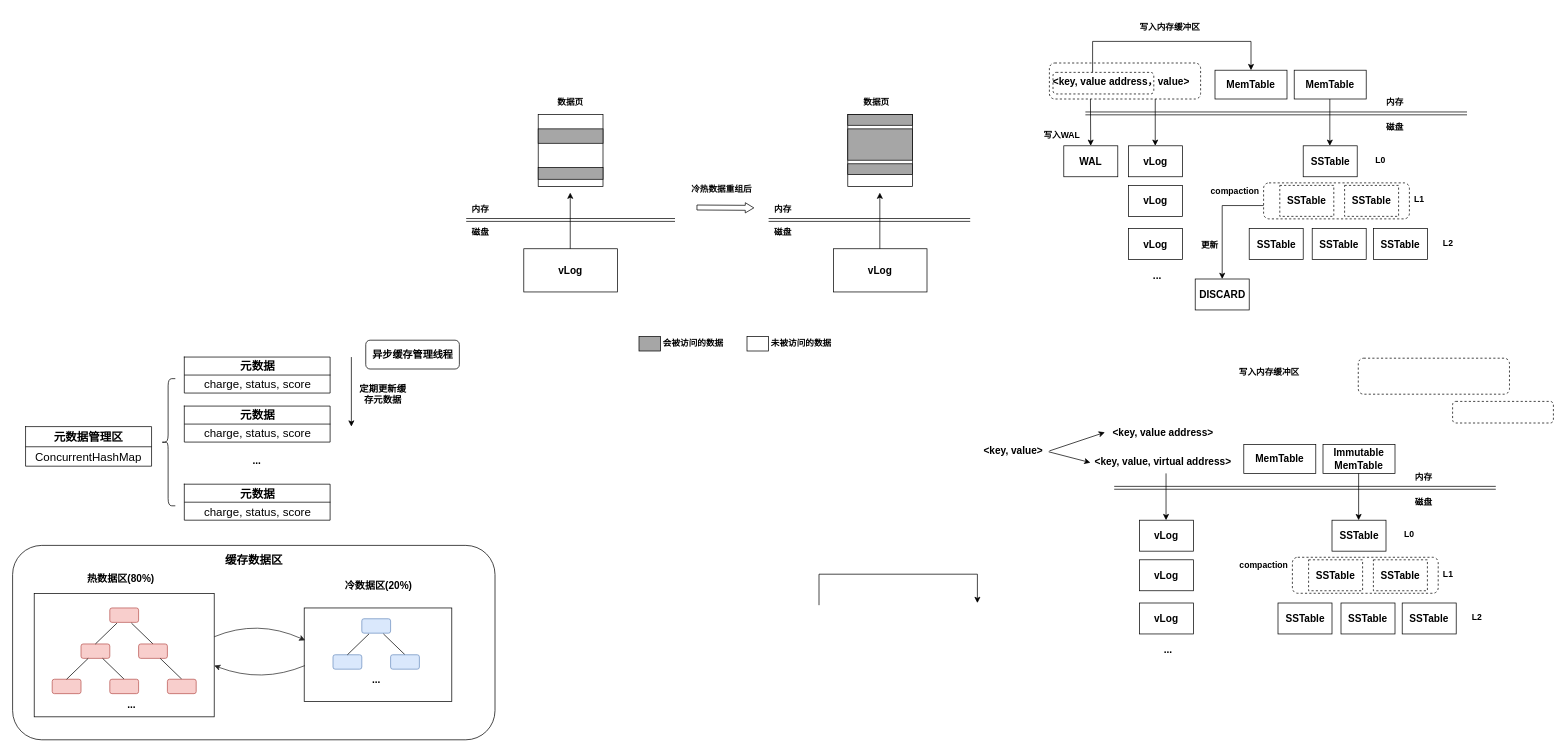
This is page "第 4 页" (4 of 6) of RabbitKV.drawio from yeqiyi/drawIO, a draw.io file, before an edit. Source tidied: cells renumbered, new cells numbered last; positions are measured from the earlier drawing's top-left corner, leaving out a move shared by most shapes. Both pictures are drawn from the tidied source at 72%, with x=0, y=0 at pixel (12, 12).
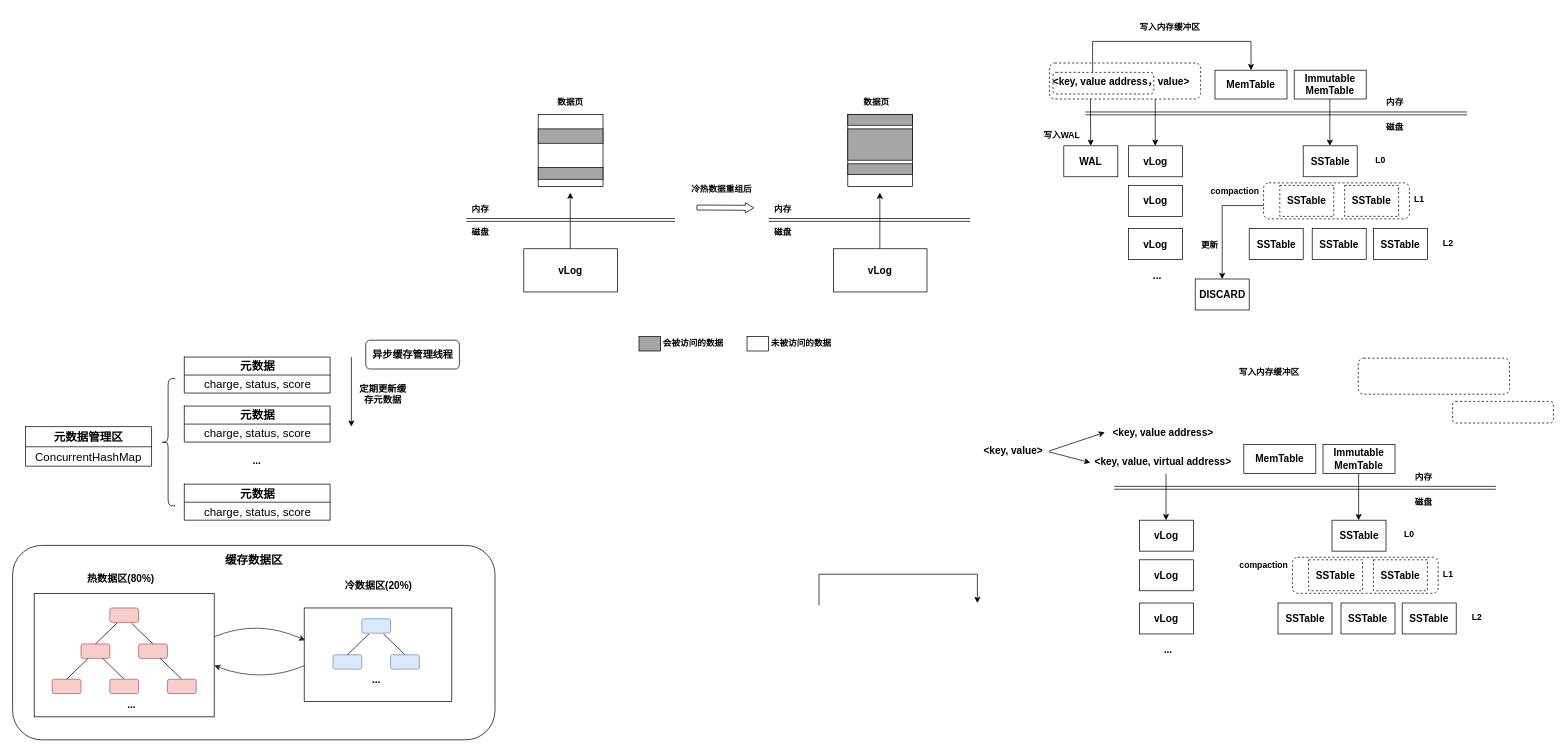
Above is the later version.

What changed in the source:
```diff
@@
-    <mxCell id="5" value="&lt;b&gt;&lt;font style=&quot;font-size: 14px;&quot;&gt;MemTable&lt;/font&gt;&lt;/b&gt;" style="rounded=0;whiteSpace=wrap;html=1;" parent="1" vertex="1">
+    <mxCell id="5" value="&lt;b&gt;&lt;font style=&quot;font-size: 14px;&quot;&gt;Immutable MemTable&lt;/font&gt;&lt;/b&gt;" style="rounded=0;whiteSpace=wrap;html=1;" parent="1" vertex="1">
       <mxGeometry x="1780" y="80" width="100" height="40" as="geometry" />
     </mxCell>
```
